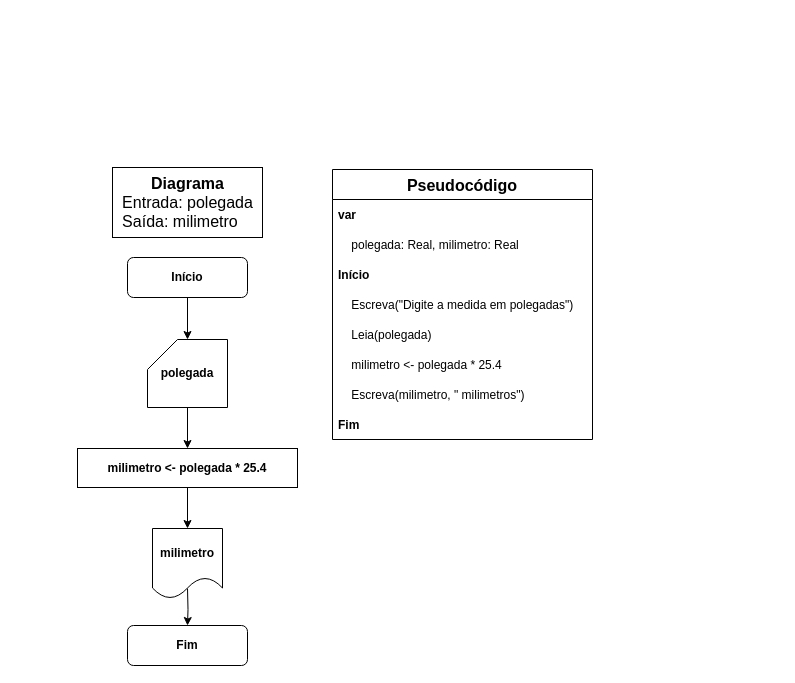
Earlier version of the draw.io diagram page "Ex. 1.2" (2 of 9) of exercicios.drawio (iSamekh/draw.io). Source tidied: cells renumbered, new cells numbered last; positions are measured from the earlier drawing's top-left corner, leaving out a move shared by most shapes. Both pictures are drawn from the tidied source at 100%, with x=0, y=0 at pixel (77, 167).
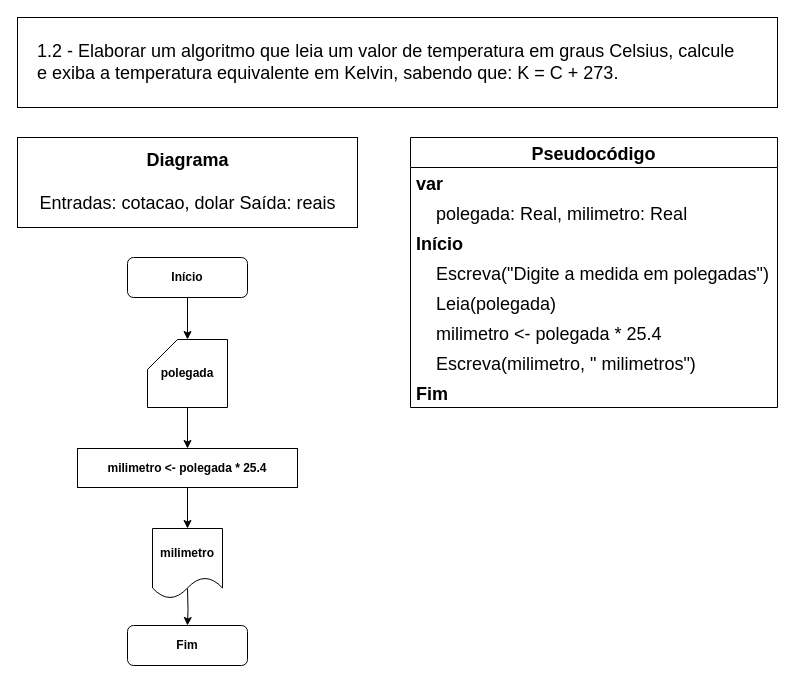
After the change.

What changed in the source:
```diff
@@
-    <mxCell id="11" value="Pseudocódigo" style="swimlane;fontStyle=1;horizontal=1;startSize=30;rounded=0;shadow=0;labelBackgroundColor=#FFFFFF;labelBorderColor=none;sketch=0;fillStyle=auto;strokeColor=default;strokeWidth=1;fillColor=default;swimlaneLine=1;glass=0;arcSize=20;fontSize=16;" parent="1" vertex="1">
-      <mxGeometry x="255" y="2" width="260" height="270" as="geometry" />
+    <mxCell id="11" value="Pseudocódigo" style="swimlane;fontStyle=1;horizontal=1;startSize=30;rounded=0;shadow=0;labelBackgroundColor=#FFFFFF;labelBorderColor=none;sketch=0;fillStyle=auto;strokeColor=default;strokeWidth=1;fillColor=default;swimlaneLine=1;glass=0;arcSize=20;fontSize=18;" parent="1" vertex="1">
+      <mxGeometry x="333" y="-30" width="367" height="270" as="geometry" />
     </mxCell>
-    <mxCell id="12" value="var" style="text;strokeColor=none;fillColor=none;align=left;verticalAlign=middle;spacingLeft=4;spacingRight=4;overflow=hidden;rounded=1;shadow=0;labelBackgroundColor=none;labelBorderColor=none;sketch=0;fillStyle=auto;strokeWidth=5;glass=0;fontStyle=1;" parent="11" vertex="1">
-      <mxGeometry y="30" width="260" height="30" as="geometry" />
+    <mxCell id="12" value="var" style="text;strokeColor=none;fillColor=none;align=left;verticalAlign=middle;spacingLeft=4;spacingRight=4;overflow=hidden;rounded=1;shadow=0;labelBackgroundColor=none;labelBorderColor=none;sketch=0;fillStyle=auto;strokeWidth=5;glass=0;fontStyle=1;fontSize=18;" parent="11" vertex="1">
+      <mxGeometry y="30" width="367" height="30" as="geometry" />
     </mxCell>
-    <mxCell id="13" value="    polegada: Real, milimetro: Real" style="text;strokeColor=none;fillColor=none;align=left;verticalAlign=middle;spacingLeft=4;spacingRight=4;overflow=hidden;rounded=1;shadow=0;labelBackgroundColor=none;labelBorderColor=none;sketch=1;fillStyle=auto;strokeWidth=5;" parent="11" vertex="1">
-      <mxGeometry y="60" width="260" height="30" as="geometry" />
+    <mxCell id="13" value="    polegada: Real, milimetro: Real" style="text;strokeColor=none;fillColor=none;align=left;verticalAlign=middle;spacingLeft=4;spacingRight=4;overflow=hidden;rounded=1;shadow=0;labelBackgroundColor=none;labelBorderColor=none;sketch=1;fillStyle=auto;strokeWidth=5;fontSize=18;" parent="11" vertex="1">
+      <mxGeometry y="60" width="367" height="30" as="geometry" />
     </mxCell>
-    <mxCell id="14" value="Início" style="text;strokeColor=none;fillColor=none;align=left;verticalAlign=middle;spacingLeft=4;spacingRight=4;overflow=hidden;rounded=1;shadow=0;labelBackgroundColor=none;labelBorderColor=none;sketch=1;fillStyle=auto;strokeWidth=5;fontStyle=1;" parent="11" vertex="1">
-      <mxGeometry y="90" width="260" height="30" as="geometry" />
+    <mxCell id="14" value="Início" style="text;strokeColor=none;fillColor=none;align=left;verticalAlign=middle;spacingLeft=4;spacingRight=4;overflow=hidden;rounded=1;shadow=0;labelBackgroundColor=none;labelBorderColor=none;sketch=1;fillStyle=auto;strokeWidth=5;fontStyle=1;fontSize=18;" parent="11" vertex="1">
+      <mxGeometry y="90" width="367" height="30" as="geometry" />
     </mxCell>
-    <mxCell id="15" value="     Escreva(&quot;Digite a medida em polegadas&quot;)" style="text;strokeColor=none;fillColor=none;align=left;verticalAlign=middle;spacingLeft=4;spacingRight=4;overflow=hidden;rounded=1;shadow=0;labelBackgroundColor=none;labelBorderColor=none;sketch=1;fillStyle=auto;strokeWidth=5;fontStyle=0;" parent="11" vertex="1">
-      <mxGeometry y="120" width="260" height="30" as="geometry" />
+    <mxCell id="15" value="     Escreva(&quot;Digite a medida em polegadas&quot;)" style="text;strokeColor=none;fillColor=none;align=left;verticalAlign=middle;spacingLeft=4;spacingRight=4;overflow=hidden;rounded=1;shadow=0;labelBackgroundColor=none;labelBorderColor=none;sketch=1;fillStyle=auto;strokeWidth=5;fontStyle=0;fontSize=18;" parent="11" vertex="1">
+      <mxGeometry y="120" width="367" height="30" as="geometry" />
     </mxCell>
-    <mxCell id="16" value="     Leia(polegada)" style="text;strokeColor=none;fillColor=none;align=left;verticalAlign=middle;spacingLeft=4;spacingRight=4;overflow=hidden;rounded=1;shadow=0;labelBackgroundColor=none;labelBorderColor=none;sketch=1;fillStyle=auto;strokeWidth=5;fontStyle=0;" parent="11" vertex="1">
-      <mxGeometry y="150" width="260" height="30" as="geometry" />
+    <mxCell id="16" value="     Leia(polegada)" style="text;strokeColor=none;fillColor=none;align=left;verticalAlign=middle;spacingLeft=4;spacingRight=4;overflow=hidden;rounded=1;shadow=0;labelBackgroundColor=none;labelBorderColor=none;sketch=1;fillStyle=auto;strokeWidth=5;fontStyle=0;fontSize=18;" parent="11" vertex="1">
+      <mxGeometry y="150" width="367" height="30" as="geometry" />
     </mxCell>
-    <mxCell id="17" value="    milimetro &lt;- polegada * 25.4" style="text;strokeColor=none;fillColor=none;align=left;verticalAlign=middle;spacingLeft=4;spacingRight=4;overflow=hidden;rounded=1;shadow=0;labelBackgroundColor=none;labelBorderColor=none;sketch=1;fillStyle=auto;strokeWidth=5;fontStyle=0;" parent="11" vertex="1">
-      <mxGeometry y="180" width="260" height="30" as="geometry" />
+    <mxCell id="17" value="    milimetro &lt;- polegada * 25.4" style="text;strokeColor=none;fillColor=none;align=left;verticalAlign=middle;spacingLeft=4;spacingRight=4;overflow=hidden;rounded=1;shadow=0;labelBackgroundColor=none;labelBorderColor=none;sketch=1;fillStyle=auto;strokeWidth=5;fontStyle=0;fontSize=18;" parent="11" vertex="1">
+      <mxGeometry y="180" width="367" height="30" as="geometry" />
     </mxCell>
-    <mxCell id="18" value="     Escreva(milimetro, &quot; milimetros&quot;)" style="text;strokeColor=none;fillColor=none;align=left;verticalAlign=middle;spacingLeft=4;spacingRight=4;overflow=hidden;rounded=1;shadow=0;labelBackgroundColor=none;labelBorderColor=none;sketch=1;fillStyle=auto;strokeWidth=5;fontStyle=0;" parent="11" vertex="1">
-      <mxGeometry y="210" width="260" height="30" as="geometry" />
+    <mxCell id="18" value="     Escreva(milimetro, &quot; milimetros&quot;)" style="text;strokeColor=none;fillColor=none;align=left;verticalAlign=middle;spacingLeft=4;spacingRight=4;overflow=hidden;rounded=1;shadow=0;labelBackgroundColor=none;labelBorderColor=none;sketch=1;fillStyle=auto;strokeWidth=5;fontStyle=0;fontSize=18;" parent="11" vertex="1">
+      <mxGeometry y="210" width="367" height="30" as="geometry" />
     </mxCell>
-    <mxCell id="19" value="Fim" style="text;strokeColor=none;fillColor=none;align=left;verticalAlign=middle;spacingLeft=4;spacingRight=4;overflow=hidden;rounded=1;shadow=0;labelBackgroundColor=none;labelBorderColor=none;sketch=1;fillStyle=auto;strokeWidth=5;fontStyle=1;" parent="11" vertex="1">
-      <mxGeometry y="240" width="260" height="30" as="geometry" />
+    <mxCell id="19" value="Fim" style="text;strokeColor=none;fillColor=none;align=left;verticalAlign=middle;spacingLeft=4;spacingRight=4;overflow=hidden;rounded=1;shadow=0;labelBackgroundColor=none;labelBorderColor=none;sketch=1;fillStyle=auto;strokeWidth=5;fontStyle=1;fontSize=18;" parent="11" vertex="1">
+      <mxGeometry y="240" width="367" height="30" as="geometry" />
     </mxCell>
-    <mxCell id="20" value="&lt;font style=&quot;font-size: 16px;&quot;&gt;&lt;b&gt;Diagrama&lt;/b&gt;&lt;br&gt;&lt;div style=&quot;text-align: left;&quot;&gt;&lt;span style=&quot;font-size: 12px;&quot;&gt;&lt;font style=&quot;font-size: 16px;&quot;&gt;Entrada: polegada&lt;/font&gt;&lt;/span&gt;&lt;/div&gt;&lt;div style=&quot;text-align: left;&quot;&gt;&lt;span style=&quot;font-size: 12px;&quot;&gt;&lt;font style=&quot;font-size: 16px;&quot;&gt;Saída: milimetro&lt;/font&gt;&lt;/span&gt;&lt;/div&gt;&lt;/font&gt;" style="text;html=1;align=center;verticalAlign=middle;fillColor=default;strokeColor=default;rounded=0;shadow=0;glass=0;labelBackgroundColor=#FFFFFF;labelBorderColor=none;sketch=0;fillStyle=auto;strokeWidth=1;" parent="1" vertex="1">
-      <mxGeometry x="35" width="150" height="70" as="geometry" />
-    </mxCell>
+    <mxCell id="21" value="&lt;font style=&quot;font-size: 18px;&quot;&gt;1.2 - Elaborar um algoritmo que leia um valor de temperatura em graus Celsius, calcule &lt;br&gt;e exiba a temperatura equivalente em Kelvin, sabendo que: K = C + 273.&lt;/font&gt;" style="text;html=1;align=left;verticalAlign=middle;rounded=0;labelBackgroundColor=#FFF;fillColor=default;gradientColor=none;strokeColor=default;fontSize=18;perimeterSpacing=0;spacing=20;" parent="1" vertex="1">
+      <mxGeometry x="-60" y="-150" width="760" height="90" as="geometry" />
+    </mxCell>
+    <mxCell id="22" value="&lt;font style=&quot;font-size: 18px;&quot;&gt;&lt;b style=&quot;font-size: 18px;&quot;&gt;Diagrama&lt;br&gt;&lt;/b&gt;&lt;br style=&quot;font-size: 18px;&quot;&gt;&lt;div style=&quot;text-align: left; font-size: 18px;&quot;&gt;&lt;span style=&quot;font-size: 18px;&quot;&gt;&lt;font style=&quot;font-size: 18px;&quot;&gt;Entradas: cotacao, dolar&lt;span style=&quot;white-space: pre;&quot;&gt; &lt;/span&gt;&lt;/font&gt;&lt;/span&gt;Saída: reais&lt;/div&gt;&lt;/font&gt;" style="text;html=1;align=center;verticalAlign=middle;fillColor=default;strokeColor=default;rounded=0;shadow=0;glass=0;labelBackgroundColor=#FFFFFF;labelBorderColor=none;sketch=0;fillStyle=auto;strokeWidth=1;fontSize=18;spacing=10;" parent="1" vertex="1">
+      <mxGeometry x="-60" y="-30" width="340" height="90" as="geometry" />
+    </mxCell>
```
